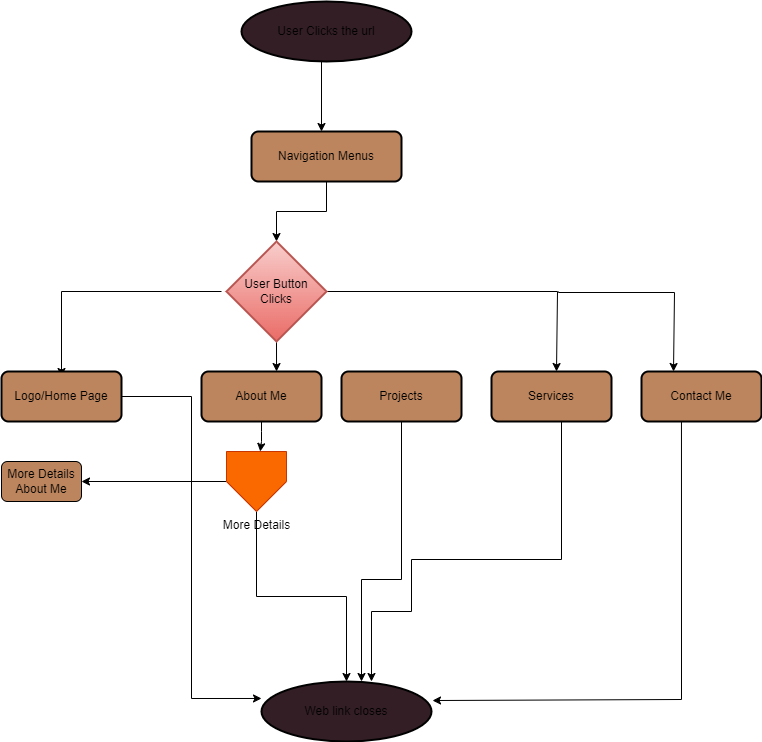
This is Assets/workflow/my_workflow.png from SamuelOkoduwa/alx_capstone_project, a draw.io export, as it was before one commit. Source tidied: cells renumbered, new cells last; positions are measured from the earlier drawing's top-left corner, leaving out a move shared by most shapes.
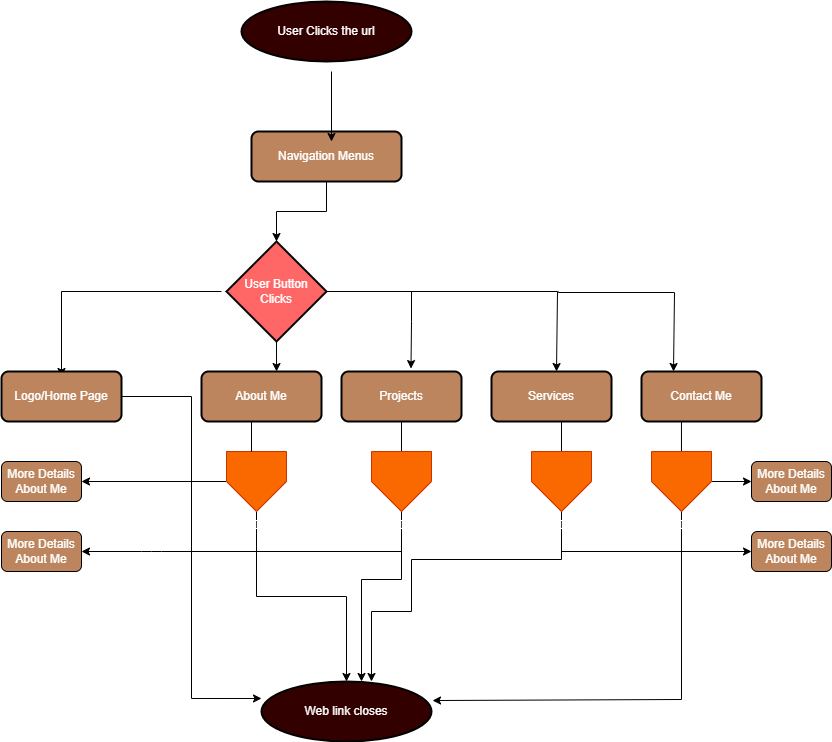
After the change.

Commit message:
Web Prototyle and workflow

Change to the diagram source:
```diff
@@ -8,16 +8,18 @@
         <mxPoint x="60" y="375" as="targetPoint" />
       </mxGeometry>
     </mxCell>
-    <mxCell id="3" style="edgeStyle=orthogonalEdgeStyle;rounded=0;orthogonalLoop=1;jettySize=auto;html=1;" parent="1" edge="1">
+    <mxCell id="3" style="edgeStyle=orthogonalEdgeStyle;rounded=0;jettySize=auto;html=1;entryX=0.579;entryY=-0.059;entryDx=0;entryDy=0;entryPerimeter=0;" parent="1" edge="1" target="24">
       <mxGeometry relative="1" as="geometry">
-        <mxPoint x="320" y="60" as="sourcePoint" />
-        <mxPoint x="320" y="130" as="targetPoint" />
+        <mxPoint x="410" y="290" as="sourcePoint" />
+        <Array as="points">
+          <mxPoint x="410" y="320" />
+        </Array>
       </mxGeometry>
     </mxCell>
     <mxCell id="4" style="edgeStyle=orthogonalEdgeStyle;rounded=0;jettySize=auto;html=1;entryX=0.5;entryY=0;entryDx=0;entryDy=0;entryPerimeter=0;" parent="1" edge="1" source="5" target="9">
       <mxGeometry relative="1" as="geometry" />
     </mxCell>
-    <mxCell id="5" value="Navigation Menus" style="rounded=1;whiteSpace=wrap;html=1;absoluteArcSize=1;arcSize=14;strokeWidth=2;fillColor=#BC855D;" parent="1" vertex="1">
+    <mxCell id="5" value="&lt;font color=&quot;#ffffff&quot;&gt;Navigation Menus&lt;/font&gt;" style="rounded=1;whiteSpace=wrap;html=1;absoluteArcSize=1;arcSize=14;strokeWidth=2;fillColor=#BC855D;" parent="1" vertex="1">
       <mxGeometry x="250" y="130" width="150" height="50" as="geometry" />
     </mxCell>
     <mxCell id="6" style="edgeStyle=orthogonalEdgeStyle;rounded=0;orthogonalLoop=1;jettySize=auto;html=1;" parent="1" edge="1">
@@ -43,26 +45,19 @@
         <mxPoint x="275" y="370" as="targetPoint" />
       </mxGeometry>
     </mxCell>
-    <mxCell id="9" value="User Button Clicks" style="strokeWidth=2;html=1;shape=mxgraph.flowchart.decision;whiteSpace=wrap;fillColor=#f8cecc;gradientColor=#ea6b66;strokeColor=#b85450;" parent="1" vertex="1">
+    <mxCell id="9" value="&lt;font color=&quot;#ffffff&quot;&gt;User Button Clicks&lt;/font&gt;" style="strokeWidth=2;html=1;shape=mxgraph.flowchart.decision;whiteSpace=wrap;fillColor=#FF6666;" parent="1" vertex="1">
       <mxGeometry x="225" y="240" width="100" height="100" as="geometry" />
     </mxCell>
-    <mxCell id="10" value="Logo/Home Page" style="rounded=1;whiteSpace=wrap;html=1;absoluteArcSize=1;arcSize=14;strokeWidth=2;fillColor=#BC855D;" parent="1" vertex="1">
+    <mxCell id="10" value="&lt;font color=&quot;#ffffff&quot;&gt;Logo/Home Page&lt;/font&gt;" style="rounded=1;whiteSpace=wrap;html=1;absoluteArcSize=1;arcSize=14;strokeWidth=2;fillColor=#BC855D;" parent="1" vertex="1">
       <mxGeometry y="370" width="120" height="50" as="geometry" />
     </mxCell>
-    <mxCell id="11" style="edgeStyle=none;html=1;" parent="1" edge="1" source="12" target="17">
-      <mxGeometry relative="1" as="geometry">
-        <Array as="points">
-          <mxPoint x="260" y="440" />
-        </Array>
-      </mxGeometry>
-    </mxCell>
-    <mxCell id="12" value="About Me" style="rounded=1;whiteSpace=wrap;html=1;absoluteArcSize=1;arcSize=14;strokeWidth=2;fillColor=#BC855D;" parent="1" vertex="1">
+    <mxCell id="12" value="&lt;font color=&quot;#ffffff&quot;&gt;About Me&lt;/font&gt;" style="rounded=1;whiteSpace=wrap;html=1;absoluteArcSize=1;arcSize=14;strokeWidth=2;fillColor=#BC855D;" parent="1" vertex="1">
       <mxGeometry x="200" y="370" width="120" height="50" as="geometry" />
     </mxCell>
-    <mxCell id="13" value="Services" style="rounded=1;whiteSpace=wrap;html=1;absoluteArcSize=1;arcSize=14;strokeWidth=2;fillColor=#BC855D;" parent="1" vertex="1">
+    <mxCell id="13" value="&lt;font color=&quot;#ffffff&quot;&gt;Services&lt;/font&gt;" style="rounded=1;whiteSpace=wrap;html=1;absoluteArcSize=1;arcSize=14;strokeWidth=2;fillColor=#BC855D;" parent="1" vertex="1">
       <mxGeometry x="490" y="370" width="120" height="50" as="geometry" />
     </mxCell>
-    <mxCell id="14" value="Contact Me" style="rounded=1;whiteSpace=wrap;html=1;absoluteArcSize=1;arcSize=14;strokeWidth=2;fillColor=#BC855D;" parent="1" vertex="1">
+    <mxCell id="14" value="&lt;font color=&quot;#ffffff&quot;&gt;Contact Me&lt;/font&gt;" style="rounded=1;whiteSpace=wrap;html=1;absoluteArcSize=1;arcSize=14;strokeWidth=2;fillColor=#BC855D;" parent="1" vertex="1">
       <mxGeometry x="640" y="370" width="120" height="50" as="geometry" />
     </mxCell>
     <mxCell id="15" style="edgeStyle=orthogonalEdgeStyle;rounded=0;jettySize=auto;html=1;" parent="1" edge="1" source="17" target="19">
@@ -71,13 +66,13 @@
     <mxCell id="16" style="edgeStyle=none;html=1;" parent="1" edge="1" source="17" target="23">
       <mxGeometry relative="1" as="geometry" />
     </mxCell>
-    <mxCell id="17" value="More Details" style="verticalLabelPosition=bottom;verticalAlign=top;html=1;shape=offPageConnector;rounded=0;size=0.5;fillColor=#fa6800;fontColor=#000000;strokeColor=#C73500;" parent="1" vertex="1">
+    <mxCell id="17" value="&lt;font color=&quot;#ffffff&quot;&gt;More Details&lt;/font&gt;" style="verticalLabelPosition=bottom;verticalAlign=top;html=1;shape=offPageConnector;rounded=0;size=0.5;fillColor=#fa6800;fontColor=#000000;strokeColor=#C73500;" parent="1" vertex="1">
       <mxGeometry x="225" y="450" width="60" height="60" as="geometry" />
     </mxCell>
-    <mxCell id="18" value="User Clicks the url" style="strokeWidth=2;html=1;shape=mxgraph.flowchart.start_1;whiteSpace=wrap;fillColor=#331E25;" parent="1" vertex="1">
+    <mxCell id="18" value="&lt;font style=&quot;&quot; color=&quot;#ffffff&quot;&gt;User Clicks the url&lt;/font&gt;" style="strokeWidth=2;html=1;shape=mxgraph.flowchart.start_1;whiteSpace=wrap;fillColor=#330000;" parent="1" vertex="1">
       <mxGeometry x="240" width="170" height="60" as="geometry" />
     </mxCell>
-    <mxCell id="19" value="Web link closes" style="strokeWidth=2;html=1;shape=mxgraph.flowchart.start_1;whiteSpace=wrap;fillColor=#331E25;" parent="1" vertex="1">
+    <mxCell id="19" value="&lt;font color=&quot;#ffffff&quot;&gt;Web link closes&lt;/font&gt;" style="strokeWidth=2;html=1;shape=mxgraph.flowchart.start_1;whiteSpace=wrap;fillColor=#330000;" parent="1" vertex="1">
       <mxGeometry x="260" y="680" width="170" height="60" as="geometry" />
     </mxCell>
     <mxCell id="20" style="edgeStyle=orthogonalEdgeStyle;rounded=0;orthogonalLoop=1;jettySize=auto;html=1;exitX=0.5;exitY=1;exitDx=0;exitDy=0;" parent="1" edge="1">
@@ -96,10 +91,10 @@
     <mxCell id="22" style="edgeStyle=orthogonalEdgeStyle;rounded=0;jettySize=auto;html=1;entryX=0;entryY=0.283;entryDx=0;entryDy=0;entryPerimeter=0;" parent="1" edge="1" source="10" target="19">
       <mxGeometry relative="1" as="geometry" />
     </mxCell>
-    <mxCell id="23" value="More Details About Me" style="rounded=1;whiteSpace=wrap;html=1;fillColor=#BC855D;" parent="1" vertex="1">
+    <mxCell id="23" value="&lt;font color=&quot;#ffffff&quot;&gt;More Details About Me&lt;/font&gt;" style="rounded=1;whiteSpace=wrap;html=1;fillColor=#BC855D;" parent="1" vertex="1">
       <mxGeometry y="460" width="80" height="40" as="geometry" />
     </mxCell>
-    <mxCell id="24" value="Projects" style="rounded=1;whiteSpace=wrap;html=1;absoluteArcSize=1;arcSize=14;strokeWidth=2;fillColor=#BC855D;" parent="1" vertex="1">
+    <mxCell id="24" value="&lt;font color=&quot;#ffffff&quot;&gt;Projects&lt;/font&gt;" style="rounded=1;whiteSpace=wrap;html=1;absoluteArcSize=1;arcSize=14;strokeWidth=2;fillColor=#BC855D;" parent="1" vertex="1">
       <mxGeometry x="340" y="370" width="120" height="50" as="geometry" />
     </mxCell>
     <mxCell id="25" style="edgeStyle=orthogonalEdgeStyle;rounded=0;jettySize=auto;html=1;exitX=0.5;exitY=1;exitDx=0;exitDy=0;exitPerimeter=0;" parent="1" edge="1" source="24">
@@ -122,5 +117,55 @@
         </Array>
       </mxGeometry>
     </mxCell>
+    <mxCell id="27" style="edgeStyle=orthogonalEdgeStyle;rounded=0;orthogonalLoop=1;jettySize=auto;html=1;" parent="1" edge="1">
+      <mxGeometry relative="1" as="geometry">
+        <mxPoint x="330" y="70" as="sourcePoint" />
+        <mxPoint x="330" y="140" as="targetPoint" />
+      </mxGeometry>
+    </mxCell>
+    <mxCell id="28" value="&lt;font color=&quot;#ffffff&quot;&gt;More Details&lt;/font&gt;" style="verticalLabelPosition=bottom;verticalAlign=top;html=1;shape=offPageConnector;rounded=0;size=0.5;fillColor=#fa6800;fontColor=#000000;strokeColor=#C73500;" parent="1" vertex="1">
+      <mxGeometry x="370" y="450" width="60" height="60" as="geometry" />
+    </mxCell>
+    <mxCell id="29" value="&lt;font color=&quot;#ffffff&quot;&gt;More Details&lt;/font&gt;" style="verticalLabelPosition=bottom;verticalAlign=top;html=1;shape=offPageConnector;rounded=0;size=0.5;fillColor=#fa6800;fontColor=#000000;strokeColor=#C73500;" parent="1" vertex="1">
+      <mxGeometry x="530" y="450" width="60" height="60" as="geometry" />
+    </mxCell>
+    <mxCell id="30" style="edgeStyle=none;html=1;fontColor=#FFFFFF;" parent="1" edge="1" source="31" target="34">
+      <mxGeometry relative="1" as="geometry" />
+    </mxCell>
+    <mxCell id="31" value="&lt;font color=&quot;#ffffff&quot;&gt;More Details&lt;/font&gt;" style="verticalLabelPosition=bottom;verticalAlign=top;html=1;shape=offPageConnector;rounded=0;size=0.5;fillColor=#fa6800;fontColor=#000000;strokeColor=#C73500;" parent="1" vertex="1">
+      <mxGeometry x="650" y="450" width="60" height="60" as="geometry" />
+    </mxCell>
+    <mxCell id="32" value="&lt;font color=&quot;#ffffff&quot;&gt;More Details About Me&lt;/font&gt;" style="rounded=1;whiteSpace=wrap;html=1;fillColor=#BC855D;" parent="1" vertex="1">
+      <mxGeometry y="530" width="80" height="40" as="geometry" />
+    </mxCell>
+    <mxCell id="33" style="edgeStyle=none;html=1;" parent="1" edge="1">
+      <mxGeometry relative="1" as="geometry">
+        <mxPoint x="400" y="550" as="sourcePoint" />
+        <mxPoint x="80" y="550" as="targetPoint" />
+        <Array as="points">
+          <mxPoint x="150" y="550" />
+        </Array>
+      </mxGeometry>
+    </mxCell>
+    <mxCell id="34" value="&lt;font color=&quot;#ffffff&quot;&gt;More Details About Me&lt;/font&gt;" style="rounded=1;whiteSpace=wrap;html=1;fillColor=#BC855D;" parent="1" vertex="1">
+      <mxGeometry x="750" y="460" width="80" height="40" as="geometry" />
+    </mxCell>
+    <mxCell id="35" style="edgeStyle=none;html=1;fontColor=#FFFFFF;entryX=0;entryY=0.5;entryDx=0;entryDy=0;entryPerimeter=0;" parent="1" edge="1" target="36">
+      <mxGeometry relative="1" as="geometry">
+        <mxPoint x="560" y="550" as="sourcePoint" />
+      </mxGeometry>
+    </mxCell>
+    <mxCell id="36" value="&lt;font color=&quot;#ffffff&quot;&gt;More Details About Me&lt;/font&gt;" style="rounded=1;whiteSpace=wrap;html=1;fillColor=#BC855D;" parent="1" vertex="1">
+      <mxGeometry x="750" y="530" width="80" height="40" as="geometry" />
+    </mxCell>
+    <mxCell id="37" style="endArrow=none;html=1;fontColor=#FFFFFF;" parent="1" edge="1">
+      <mxGeometry relative="1" as="geometry">
+        <mxPoint x="250" y="450" as="sourcePoint" />
+        <mxPoint x="250" y="420" as="targetPoint" />
+        <Array as="points">
+          <mxPoint x="250" y="420" />
+        </Array>
+      </mxGeometry>
+    </mxCell>
   </root>
 </mxGraphModel>
```
